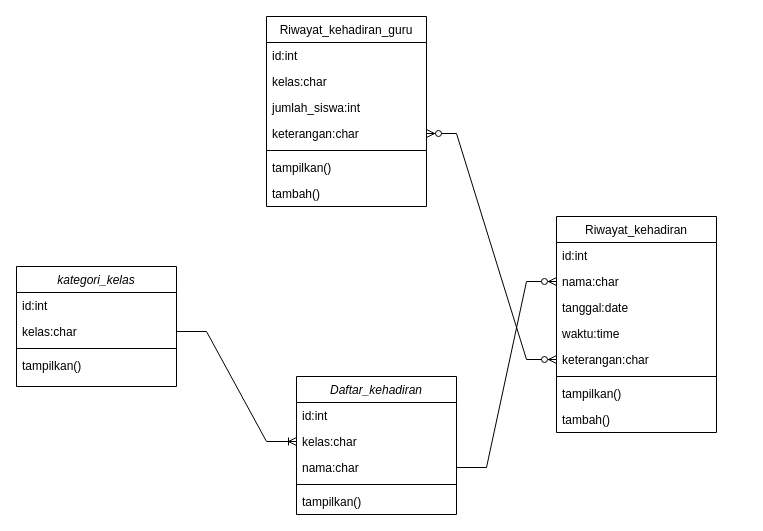
Brainstormers-comunity/Presensi-Digital keeps this draw.io diagram as class-diagram-presensi.drawio. Above is the earlier version. Source tidied: cells renumbered, new cells numbered last; positions are measured from the earlier drawing's top-left corner, leaving out a move shared by most shapes. Both pictures are drawn from the tidied source at 100%, with x=0, y=0 at pixel (16, 16).
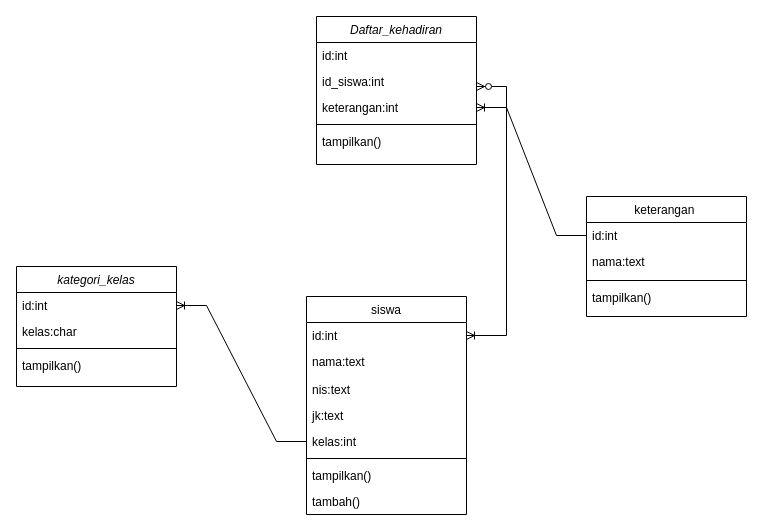
After the change.

The change refers to these unchanged cells:
```xml
<mxCell id="19" value="id:int" style="text;align=left;verticalAlign=top;spacingLeft=4;spacingRight=4;overflow=hidden;points=[[0,0.5],[1,0.5]];portConstraint=eastwest;" parent="18" vertex="1">
  <mxGeometry y="26" width="160" height="26" as="geometry" />
</mxCell>
<mxCell id="20" value="kelas:char" style="text;align=left;verticalAlign=top;spacingLeft=4;spacingRight=4;overflow=hidden;points=[[0,0.5],[1,0.5]];portConstraint=eastwest;rounded=0;shadow=0;html=0;" parent="18" vertex="1">
  <mxGeometry y="52" width="160" height="26" as="geometry" />
</mxCell>
<mxCell id="25" value="id:int" style="text;align=left;verticalAlign=top;spacingLeft=4;spacingRight=4;overflow=hidden;points=[[0,0.5],[1,0.5]];portConstraint=eastwest;" parent="24" vertex="1">
  <mxGeometry y="26" width="160" height="26" as="geometry" />
</mxCell>
```

Diff of the diagram source:
```diff
@@
     <mxCell id="2" value="Daftar_kehadiran" style="swimlane;fontStyle=2;align=center;verticalAlign=top;horizontal=1;startSize=26;rounded=0;shadow=0;strokeWidth=1;" parent="1" vertex="1">
-      <mxGeometry x="280" y="360" width="160" height="138" as="geometry" />
+      <mxGeometry x="300" width="160" height="148" as="geometry" />
     </mxCell>
@@
-    <mxCell id="4" value="kelas:char" style="text;align=left;verticalAlign=top;spacingLeft=4;spacingRight=4;overflow=hidden;points=[[0,0.5],[1,0.5]];portConstraint=eastwest;rounded=0;shadow=0;html=0;" parent="2" vertex="1">
+    <mxCell id="4" value="id_siswa:int" style="text;align=left;verticalAlign=top;spacingLeft=4;spacingRight=4;overflow=hidden;points=[[0,0.5],[1,0.5]];portConstraint=eastwest;rounded=0;shadow=0;html=0;" parent="2" vertex="1">
       <mxGeometry y="52" width="160" height="26" as="geometry" />
     </mxCell>
-    <mxCell id="5" value="nama:char" style="text;align=left;verticalAlign=top;spacingLeft=4;spacingRight=4;overflow=hidden;points=[[0,0.5],[1,0.5]];portConstraint=eastwest;rounded=0;shadow=0;html=0;" parent="2" vertex="1">
+    <mxCell id="5" value="keterangan:int" style="text;align=left;verticalAlign=top;spacingLeft=4;spacingRight=4;overflow=hidden;points=[[0,0.5],[1,0.5]];portConstraint=eastwest;rounded=0;shadow=0;html=0;" parent="2" vertex="1">
       <mxGeometry y="78" width="160" height="26" as="geometry" />
     </mxCell>
@@
-    <mxCell id="8" value="Riwayat_kehadiran" style="swimlane;fontStyle=0;align=center;verticalAlign=top;horizontal=1;startSize=26;rounded=0;shadow=0;strokeWidth=1;" parent="1" vertex="1">
-      <mxGeometry x="540" y="200" width="160" height="216" as="geometry" />
-    </mxCell>
-    <mxCell id="9" value="id:int" style="text;align=left;verticalAlign=top;spacingLeft=4;spacingRight=4;overflow=hidden;points=[[0,0.5],[1,0.5]];portConstraint=eastwest;" parent="8" vertex="1">
-      <mxGeometry y="26" width="160" height="26" as="geometry" />
-    </mxCell>
-    <mxCell id="10" value="nama:char" style="text;align=left;verticalAlign=top;spacingLeft=4;spacingRight=4;overflow=hidden;points=[[0,0.5],[1,0.5]];portConstraint=eastwest;rounded=0;shadow=0;html=0;" parent="8" vertex="1">
-      <mxGeometry y="52" width="160" height="26" as="geometry" />
-    </mxCell>
-    <mxCell id="11" value="tanggal:date" style="text;align=left;verticalAlign=top;spacingLeft=4;spacingRight=4;overflow=hidden;rounded=0;shadow=0;html=0;" parent="8" vertex="1">
-      <mxGeometry y="78" width="160" height="26" as="geometry" />
-    </mxCell>
-    <mxCell id="12" value="waktu:time" style="text;align=left;verticalAlign=top;spacingLeft=4;spacingRight=4;overflow=hidden;rounded=0;shadow=0;html=0;" parent="8" vertex="1">
-      <mxGeometry y="104" width="160" height="26" as="geometry" />
-    </mxCell>
-    <mxCell id="13" value="keterangan:char" style="text;align=left;verticalAlign=top;spacingLeft=4;spacingRight=4;overflow=hidden;points=[[0,0.5],[1,0.5]];portConstraint=eastwest;rounded=0;shadow=0;html=0;" parent="8" vertex="1">
-      <mxGeometry y="130" width="160" height="26" as="geometry" />
-    </mxCell>
-    <mxCell id="14" style="line;html=1;strokeWidth=1;align=left;verticalAlign=middle;spacingTop=-1;spacingLeft=3;spacingRight=3;labelPosition=right;" parent="8" vertex="1">
-      <mxGeometry y="156" width="160" height="8" as="geometry" />
-    </mxCell>
-    <mxCell id="15" value="tampilkan()" style="text;align=left;verticalAlign=top;spacingLeft=4;spacingRight=4;overflow=hidden;" parent="8" vertex="1">
-      <mxGeometry y="164" width="160" height="26" as="geometry" />
-    </mxCell>
-    <mxCell id="16" value="tambah()" style="text;align=left;verticalAlign=top;spacingLeft=4;spacingRight=4;overflow=hidden;" parent="8" vertex="1">
-      <mxGeometry y="190" width="160" height="26" as="geometry" />
-    </mxCell>
-    <mxCell id="17" style="edgeStyle=entityRelationEdgeStyle;fontSize=12;html=1;endArrow=ERzeroToMany;endFill=1;rounded=0;exitX=1;exitY=0.5;exitDx=0;exitDy=0;entryX=0;entryY=0.5;entryDx=0;entryDy=0;" parent="1" edge="1" source="5" target="10">
-      <mxGeometry relative="1" as="geometry">
-        <Array as="points">
-          <mxPoint x="380" y="220" />
-          <mxPoint x="540" y="470" />
-          <mxPoint x="530" y="290" />
-        </Array>
-      </mxGeometry>
-    </mxCell>
@@
-    <mxCell id="23" style="edgeStyle=entityRelationEdgeStyle;fontSize=12;html=1;endArrow=ERoneToMany;rounded=0;entryX=0;entryY=0.5;entryDx=0;entryDy=0;exitX=1;exitY=0.5;exitDx=0;exitDy=0;" parent="1" edge="1" source="20" target="4">
+    <mxCell id="23" style="edgeStyle=entityRelationEdgeStyle;fontSize=12;html=1;endArrow=ERoneToMany;rounded=0;entryX=1;entryY=0.5;entryDx=0;entryDy=0;" parent="1" edge="1" source="9" target="5">
       <mxGeometry relative="1" as="geometry">
         <Array as="points">
           <mxPoint x="170" y="30" />
         </Array>
       </mxGeometry>
     </mxCell>
-    <mxCell id="24" value="Riwayat_kehadiran_guru" style="swimlane;fontStyle=0;align=center;verticalAlign=top;horizontal=1;startSize=26;rounded=0;shadow=0;strokeWidth=1;" parent="1" vertex="1">
-      <mxGeometry x="250" width="160" height="190" as="geometry" />
+    <mxCell id="24" value="siswa" style="swimlane;fontStyle=0;align=center;verticalAlign=top;horizontal=1;startSize=26;rounded=0;shadow=0;strokeWidth=1;" parent="1" vertex="1">
+      <mxGeometry x="290" y="280" width="160" height="218" as="geometry" />
     </mxCell>
@@
-    <mxCell id="26" value="kelas:char" style="text;align=left;verticalAlign=top;spacingLeft=4;spacingRight=4;overflow=hidden;rounded=0;shadow=0;html=0;" parent="24" vertex="1">
-      <mxGeometry y="52" width="160" height="26" as="geometry" />
+    <mxCell id="26" value="nama:text" style="text;align=left;verticalAlign=top;spacingLeft=4;spacingRight=4;overflow=hidden;rounded=0;shadow=0;html=0;" parent="24" vertex="1">
+      <mxGeometry y="52" width="160" height="28" as="geometry" />
     </mxCell>
-    <mxCell id="27" value="jumlah_siswa:int" style="text;align=left;verticalAlign=top;spacingLeft=4;spacingRight=4;overflow=hidden;rounded=0;shadow=0;html=0;" parent="24" vertex="1">
-      <mxGeometry y="78" width="160" height="26" as="geometry" />
+    <mxCell id="27" value="nis:text" style="text;align=left;verticalAlign=top;spacingLeft=4;spacingRight=4;overflow=hidden;rounded=0;shadow=0;html=0;" parent="24" vertex="1">
+      <mxGeometry y="80" width="160" height="26" as="geometry" />
     </mxCell>
+    <mxCell id="33" value="jk:text" style="text;align=left;verticalAlign=top;spacingLeft=4;spacingRight=4;overflow=hidden;rounded=0;shadow=0;html=0;" parent="24" vertex="1">
+      <mxGeometry y="106" width="160" height="26" as="geometry" />
+    </mxCell>
-    <mxCell id="28" value="keterangan:char" style="text;align=left;verticalAlign=top;spacingLeft=4;spacingRight=4;overflow=hidden;points=[[0,0.5],[1,0.5]];portConstraint=eastwest;rounded=0;shadow=0;html=0;" parent="24" vertex="1">
-      <mxGeometry y="104" width="160" height="26" as="geometry" />
+    <mxCell id="28" value="kelas:int" style="text;align=left;verticalAlign=top;spacingLeft=4;spacingRight=4;overflow=hidden;points=[[0,0.5],[1,0.5]];portConstraint=eastwest;rounded=0;shadow=0;html=0;" parent="24" vertex="1">
+      <mxGeometry y="132" width="160" height="26" as="geometry" />
     </mxCell>
     <mxCell id="29" style="line;html=1;strokeWidth=1;align=left;verticalAlign=middle;spacingTop=-1;spacingLeft=3;spacingRight=3;labelPosition=right;" parent="24" vertex="1">
-      <mxGeometry y="130" width="160" height="8" as="geometry" />
+      <mxGeometry y="158" width="160" height="8" as="geometry" />
     </mxCell>
     <mxCell id="30" value="tampilkan()" style="text;align=left;verticalAlign=top;spacingLeft=4;spacingRight=4;overflow=hidden;" parent="24" vertex="1">
-      <mxGeometry y="138" width="160" height="26" as="geometry" />
+      <mxGeometry y="166" width="160" height="26" as="geometry" />
     </mxCell>
     <mxCell id="31" value="tambah()" style="text;align=left;verticalAlign=top;spacingLeft=4;spacingRight=4;overflow=hidden;" parent="24" vertex="1">
-      <mxGeometry y="164" width="160" height="26" as="geometry" />
+      <mxGeometry y="192" width="160" height="26" as="geometry" />
     </mxCell>
-    <mxCell id="32" style="edgeStyle=entityRelationEdgeStyle;fontSize=12;html=1;endArrow=ERzeroToMany;endFill=1;startArrow=ERzeroToMany;rounded=0;entryX=0;entryY=0.5;entryDx=0;entryDy=0;exitX=1;exitY=0.5;exitDx=0;exitDy=0;" parent="1" edge="1" source="28" target="13">
-      <mxGeometry relative="1" as="geometry">
-        <Array as="points">
-          <mxPoint x="420" y="60" />
-          <mxPoint x="500" y="30" />
-        </Array>
-      </mxGeometry>
-    </mxCell>
+    <mxCell id="34" value="keterangan " style="swimlane;fontStyle=0;align=center;verticalAlign=top;horizontal=1;startSize=26;rounded=0;shadow=0;strokeWidth=1;" parent="1" vertex="1">
+      <mxGeometry x="570" y="180" width="160" height="120" as="geometry" />
+    </mxCell>
+    <mxCell id="9" value="id:int" style="text;align=left;verticalAlign=top;spacingLeft=4;spacingRight=4;overflow=hidden;points=[[0,0.5],[1,0.5]];portConstraint=eastwest;" parent="34" vertex="1">
+      <mxGeometry y="26" width="160" height="26" as="geometry" />
+    </mxCell>
+    <mxCell id="35" value="nama:text " style="text;align=left;verticalAlign=top;spacingLeft=4;spacingRight=4;overflow=hidden;rounded=0;shadow=0;html=0;" parent="34" vertex="1">
+      <mxGeometry y="52" width="160" height="28" as="geometry" />
+    </mxCell>
+    <mxCell id="36" style="line;html=1;strokeWidth=1;align=left;verticalAlign=middle;spacingTop=-1;spacingLeft=3;spacingRight=3;labelPosition=right;" parent="34" vertex="1">
+      <mxGeometry y="80" width="160" height="8" as="geometry" />
+    </mxCell>
+    <mxCell id="15" value="tampilkan()" style="text;align=left;verticalAlign=top;spacingLeft=4;spacingRight=4;overflow=hidden;" parent="34" vertex="1">
+      <mxGeometry y="88" width="160" height="26" as="geometry" />
+    </mxCell>
+    <mxCell id="37" style="edgeStyle=entityRelationEdgeStyle;fontSize=12;html=1;endArrow=ERoneToMany;startArrow=ERzeroToMany;rounded=0;entryX=1;entryY=0.5;entryDx=0;entryDy=0;" parent="1" edge="1" target="25">
+      <mxGeometry relative="1" as="geometry">
+        <mxPoint x="460" y="70" as="sourcePoint" />
+        <Array as="points">
+          <mxPoint x="530" />
+          <mxPoint x="550" y="-10" />
+        </Array>
+      </mxGeometry>
+    </mxCell>
+    <mxCell id="38" style="edgeStyle=entityRelationEdgeStyle;fontSize=12;html=1;endArrow=ERoneToMany;rounded=0;exitX=0;exitY=0.5;exitDx=0;exitDy=0;entryX=1;entryY=0.5;entryDx=0;entryDy=0;" parent="1" edge="1" source="28" target="19">
+      <mxGeometry relative="1" as="geometry">
+        <Array as="points">
+          <mxPoint x="250" y="270" />
+        </Array>
+      </mxGeometry>
+    </mxCell>
```
